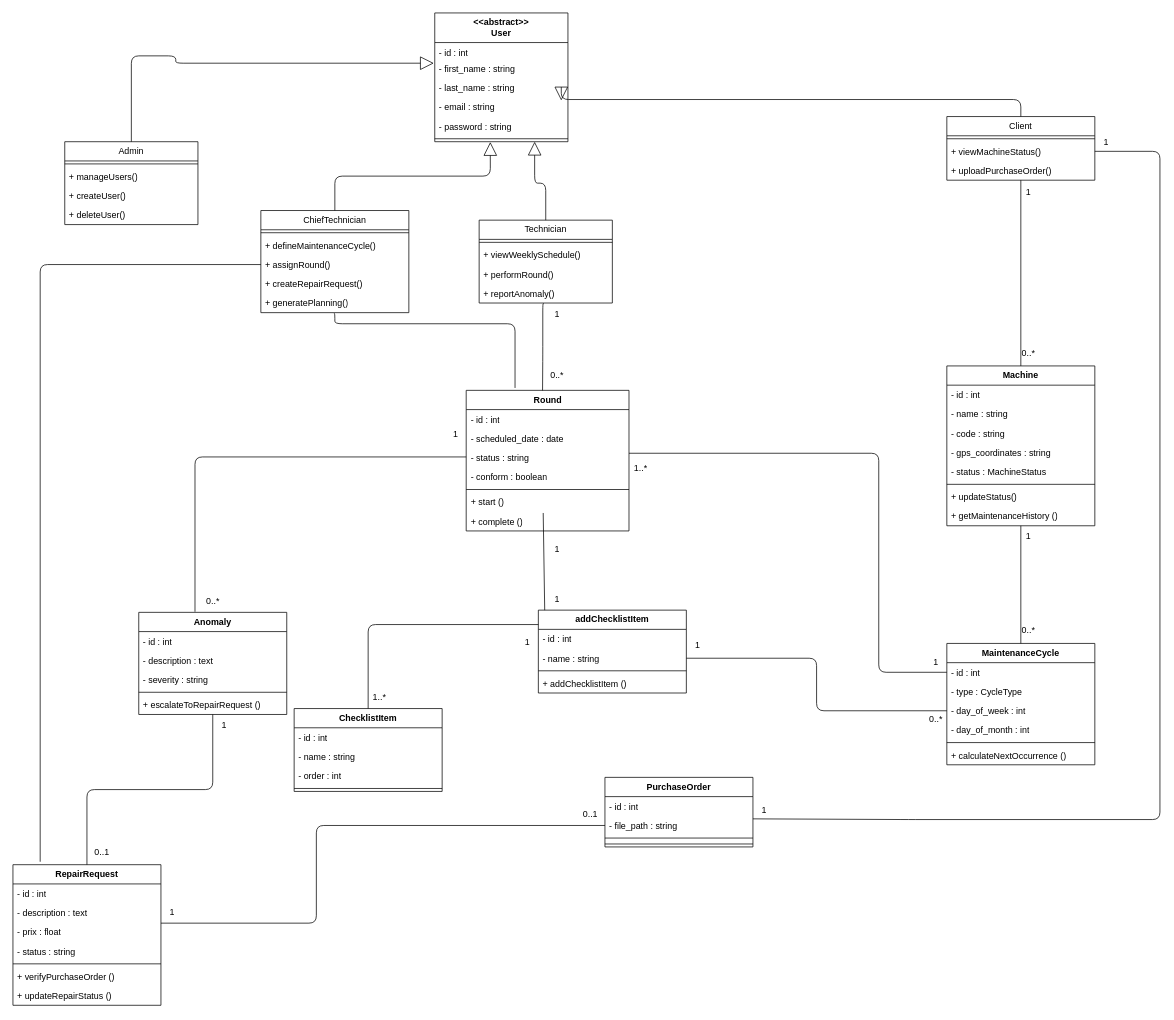
Before: UML/cmms_class_diagram.drawio in reda-guemry/MAINTORA, a draw.io diagram. Source tidied: cells renumbered, new cells numbered last; positions are measured from the earlier drawing's top-left corner, leaving out a move shared by most shapes. Both pictures are drawn from the tidied source at 74%, with x=0, y=0 at pixel (13, 13).
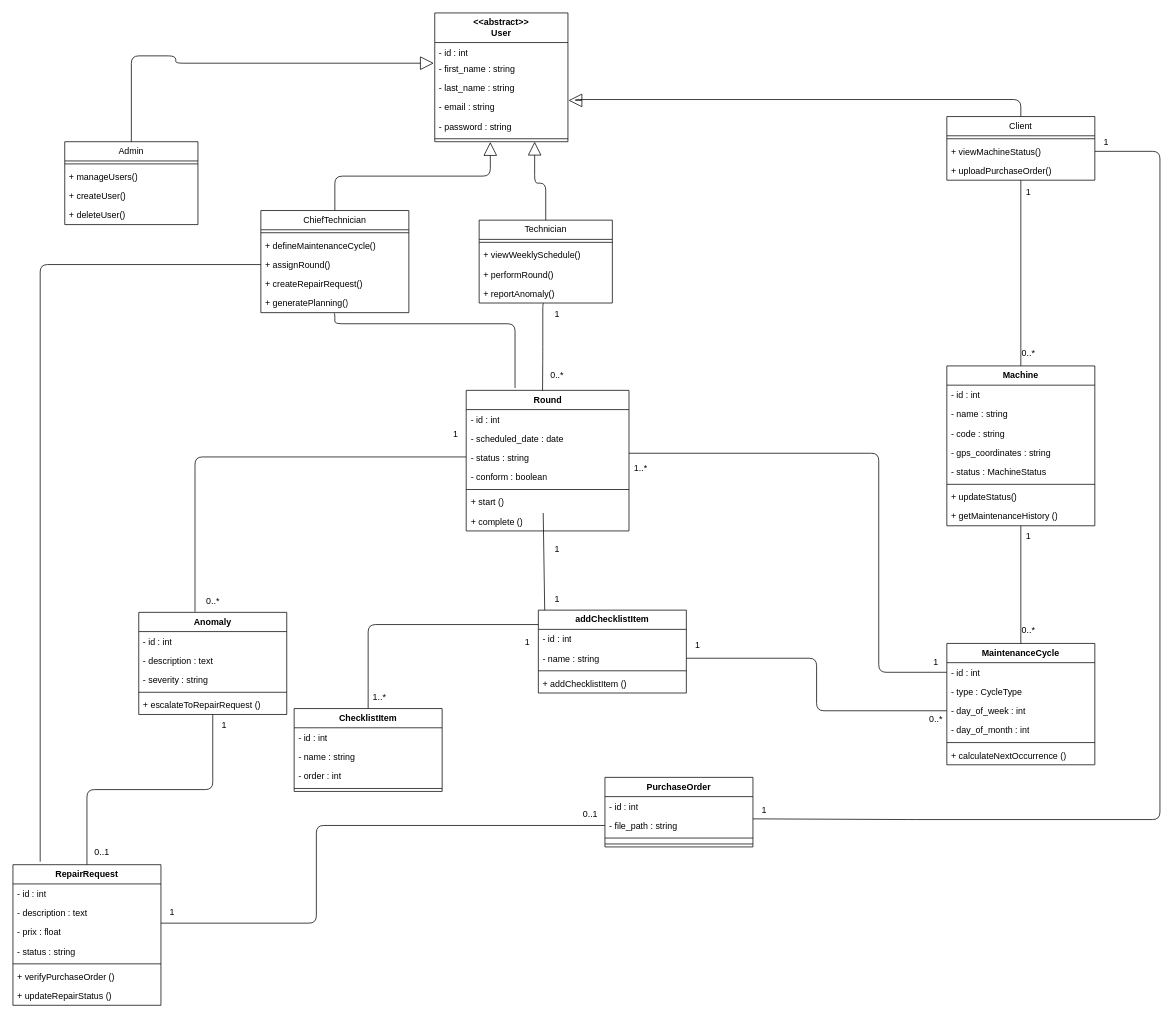
After the change.

Unchanged cells that the change refers to:
```xml
<mxCell id="6" value="- email : string" style="text;strokeColor=none;fillColor=none;align=left;verticalAlign=top;spacingLeft=4;spacingRight=4;overflow=hidden;points=[[0,0.5],[1,0.5]];portConstraint=eastwest;whiteSpace=wrap;html=1;" parent="2" vertex="1">
  <mxGeometry y="114" width="180" height="26" as="geometry" />
</mxCell>
<mxCell id="25" value="Client" style="swimlane;fontStyle=0;horizontal=1;startSize=26;fillColor=#ffffff;strokeColor=#000000;whiteSpace=wrap;html=1;" parent="1" vertex="1">
  <mxGeometry x="1262" y="140" width="200" height="86" as="geometry" />
</mxCell>
```

Diff of the diagram source:
```diff
@@
-    <mxCell id="85" style="endArrow=block;endSize=16;endFill=0;html=1;edgeStyle=orthogonalEdgeStyle;exitX=0.5;exitY=0;exitDx=0;exitDy=0;entryX=0.95;entryY=0.165;entryDx=0;entryDy=0;entryPerimeter=0;" parent="1" edge="1" source="25" target="6">
+    <mxCell id="85" style="endArrow=block;endSize=16;endFill=0;html=1;edgeStyle=orthogonalEdgeStyle;exitX=0.5;exitY=0;exitDx=0;exitDy=0;entryX=1.004;entryY=0.162;entryDx=0;entryDy=0;entryPerimeter=0;" parent="1" edge="1" source="25" target="6">
       <mxGeometry relative="1" as="geometry">
         <Array as="points">
           <mxPoint x="1362" y="117" />
-          <mxPoint x="741" y="117" />
+          <mxPoint x="760" y="117" />
+          <mxPoint x="760" y="118" />
         </Array>
       </mxGeometry>
     </mxCell>
```
